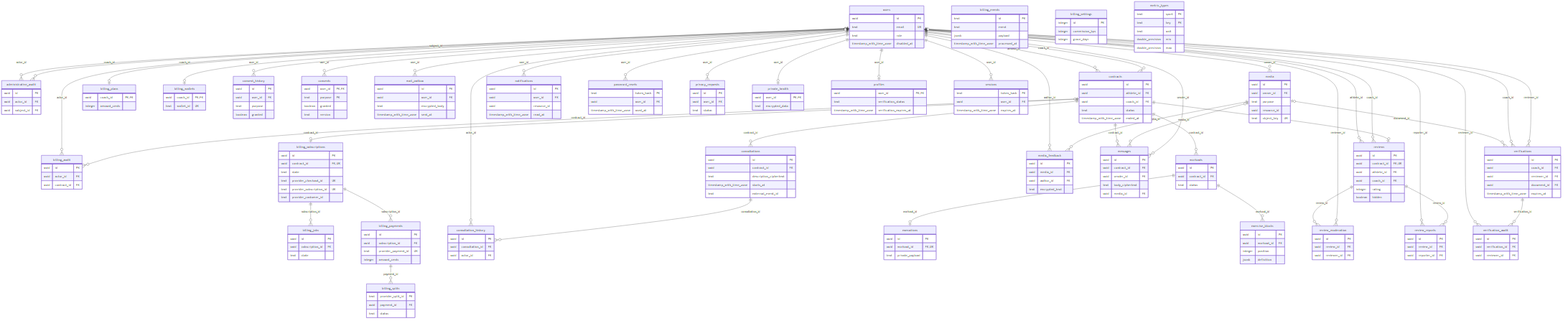
Earlier version of the Mermaid export docs/evolucao/diagramas/der.png (DaviSouza78/LinkAtletas). Its source is kept beside it as docs/evolucao/diagramas/der.mmd.
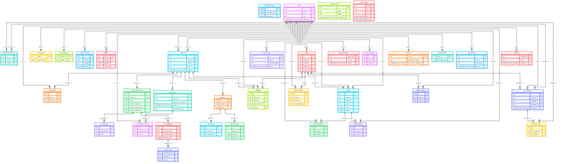
Later version of the same file.

Diff of the diagram source:
```diff
@@ -22,6 +22,8 @@
   users ||--o{ media : owner_id
   users ||--o{ media_feedback : author_id
   media ||--o{ media_feedback : media_id
+  media o|--o{ media_uploads : media_id
+  users ||--o{ media_uploads : owner_id
   contracts ||--o{ messages : contract_id
   media o|--o{ messages : media_id
   users ||--o{ messages : sender_id
@@ -158,6 +160,11 @@
     uuid author_id FK
     text encrypted_text
   }
+  media_uploads {
+    uuid id PK
+    uuid owner_id FK
+    uuid media_id FK
+  }
   messages {
     uuid id PK
     uuid contract_id FK
```
